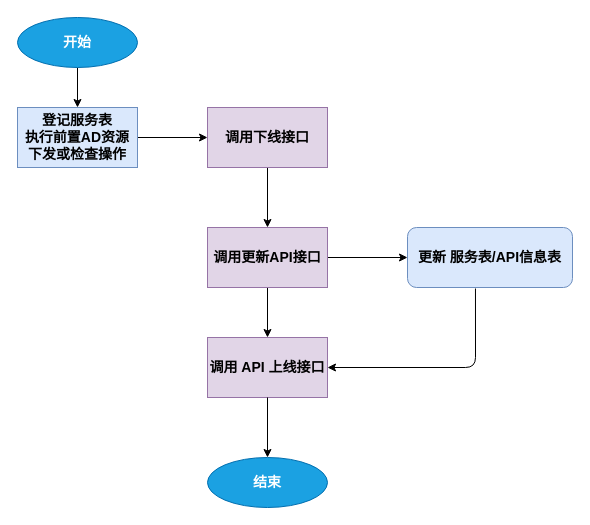
This is page "修改API服务流程" (2 of 6) of 国税总局迭代三设计.drawio from helemile/notes, a draw.io file, before an edit. Source tidied: cells renumbered, new cells numbered last; positions are measured from the earlier drawing's top-left corner, leaving out a move shared by most shapes. Both pictures are drawn from the tidied source at 100%, with x=0, y=0 at pixel (17, 17).
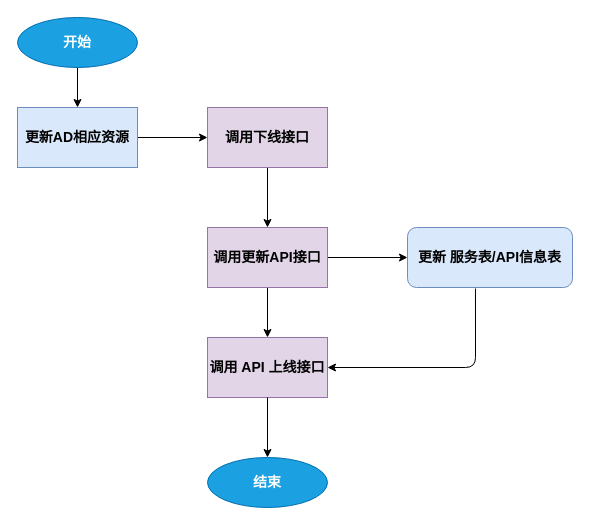
The same page after the edit.

Change to the diagram source:
```diff
@@
 <mxGraphModel>
   <root>
     <mxCell id="0" />
     <mxCell id="1" parent="0" />
     <mxCell id="2" style="edgeStyle=orthogonalEdgeStyle;rounded=0;jettySize=auto;html=1;fontSize=14;entryX=0.5;entryY=0;entryDx=0;entryDy=0;" parent="1" edge="1" source="3" target="6">
       <mxGeometry relative="1" as="geometry" />
     </mxCell>
     <mxCell id="3" value="调用下线接口" style="rounded=0;whiteSpace=wrap;html=1;fontSize=14;fillColor=#e1d5e7;strokeColor=#9673a6;fontStyle=1;" parent="1" vertex="1">
       <mxGeometry x="190" y="90" width="120" height="60" as="geometry" />
     </mxCell>
     <mxCell id="4" style="edgeStyle=orthogonalEdgeStyle;rounded=0;jettySize=auto;html=1;fontSize=14;" parent="1" edge="1" source="6" target="14">
       <mxGeometry relative="1" as="geometry" />
     </mxCell>
     <mxCell id="5" style="edgeStyle=orthogonalEdgeStyle;rounded=0;jettySize=auto;html=1;fontSize=14;" parent="1" edge="1" source="6" target="7">
       <mxGeometry relative="1" as="geometry" />
     </mxCell>
     <mxCell id="6" value="调用更新API接口" style="rounded=0;whiteSpace=wrap;html=1;fontSize=14;fontStyle=1;fillColor=#e1d5e7;strokeColor=#9673a6;" parent="1" vertex="1">
       <mxGeometry x="190" y="210" width="120" height="60" as="geometry" />
     </mxCell>
     <mxCell id="7" value="调用 API 上线接口" style="rounded=0;whiteSpace=wrap;html=1;fontSize=14;fontStyle=1;fillColor=#e1d5e7;strokeColor=#9673a6;" parent="1" vertex="1">
       <mxGeometry x="190" y="320" width="120" height="60" as="geometry" />
     </mxCell>
     <mxCell id="8" style="edgeStyle=orthogonalEdgeStyle;rounded=0;jettySize=auto;html=1;fontSize=14;fontStyle=1;exitX=0.5;exitY=1;exitDx=0;exitDy=0;" parent="1" edge="1" source="7" target="11">
       <mxGeometry relative="1" as="geometry" />
     </mxCell>
     <mxCell id="9" style="edgeStyle=orthogonalEdgeStyle;rounded=0;jettySize=auto;html=1;fontSize=14;fontStyle=1;" parent="1" edge="1" source="10" target="13">
       <mxGeometry relative="1" as="geometry" />
     </mxCell>
     <mxCell id="10" value="开始" style="ellipse;whiteSpace=wrap;html=1;fontSize=14;fillColor=#1ba1e2;strokeColor=#006EAF;fontColor=#ffffff;fontStyle=1;" parent="1" vertex="1">
       <mxGeometry width="120" height="50" as="geometry" />
     </mxCell>
     <mxCell id="11" value="结束" style="ellipse;whiteSpace=wrap;html=1;fontSize=14;fillColor=#1ba1e2;strokeColor=#006EAF;fontColor=#ffffff;fontStyle=1;" parent="1" vertex="1">
       <mxGeometry x="190" y="440" width="120" height="50" as="geometry" />
     </mxCell>
     <mxCell id="12" style="edgeStyle=orthogonalEdgeStyle;rounded=0;jettySize=auto;html=1;fontSize=14;fontStyle=1;" parent="1" edge="1" source="13" target="3">
       <mxGeometry relative="1" as="geometry" />
     </mxCell>
-    <mxCell id="13" value="登记服务表&lt;br&gt;执行前置AD资源下发或检查操作" style="rounded=0;whiteSpace=wrap;html=1;fontSize=14;fillColor=#dae8fc;strokeColor=#6c8ebf;fontStyle=1;" parent="1" vertex="1">
+    <mxCell id="13" value="更新AD相应资源" style="rounded=0;whiteSpace=wrap;html=1;fontSize=14;fillColor=#dae8fc;strokeColor=#6c8ebf;fontStyle=1;" parent="1" vertex="1">
       <mxGeometry y="90" width="120" height="60" as="geometry" />
     </mxCell>
     <mxCell id="14" value="更新 服务表/API信息表" style="rounded=1;whiteSpace=wrap;html=1;fontSize=14;fontStyle=1;fillColor=#dae8fc;strokeColor=#6c8ebf;" parent="1" vertex="1">
       <mxGeometry x="390" y="210" width="165" height="60" as="geometry" />
     </mxCell>
     <mxCell id="15" style="endArrow=classic;html=1;fontSize=14;exitX=0.412;exitY=1.017;exitDx=0;exitDy=0;exitPerimeter=0;edgeStyle=orthogonalEdgeStyle;entryX=1;entryY=0.5;entryDx=0;entryDy=0;" parent="1" edge="1" source="14" target="7">
       <mxGeometry relative="1" as="geometry">
         <Array as="points">
           <mxPoint x="458" y="350" />
         </Array>
       </mxGeometry>
     </mxCell>
   </root>
 </mxGraphModel>
```
